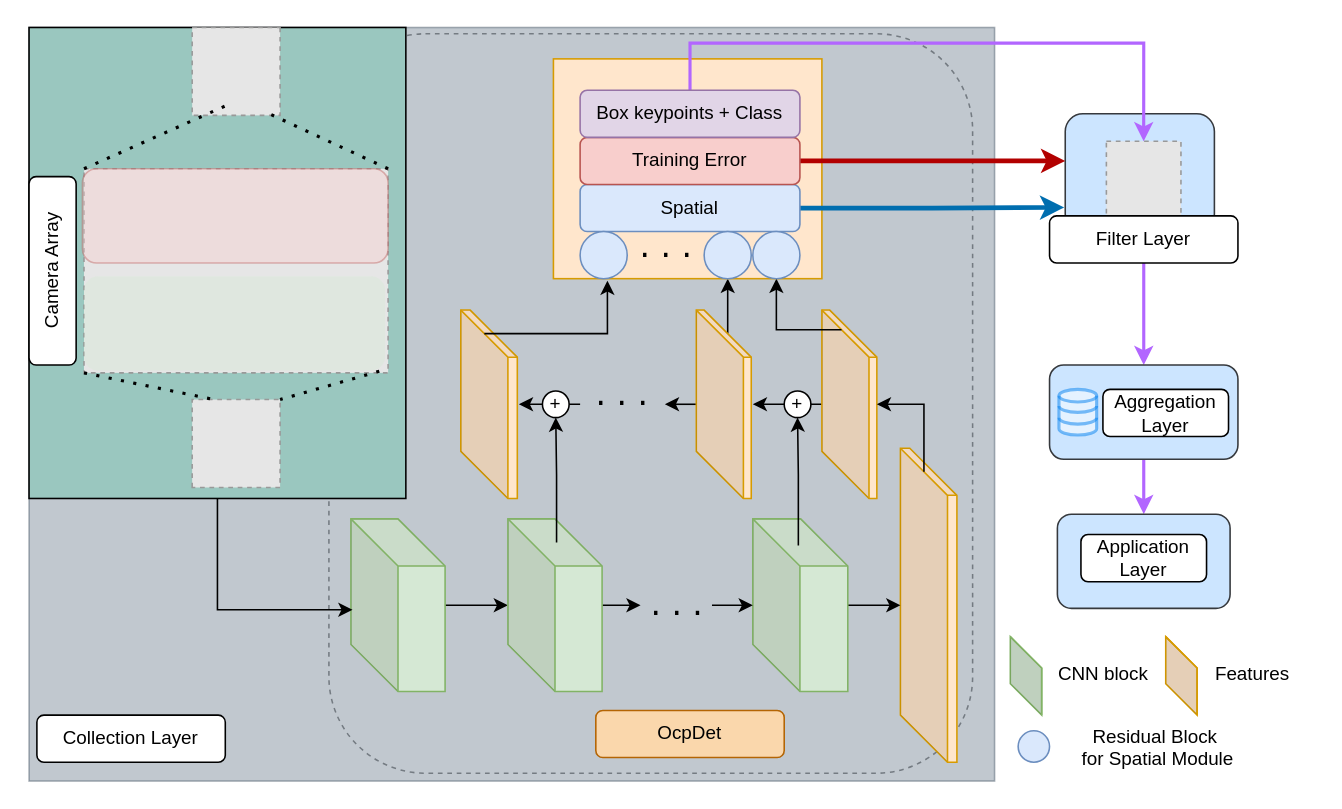
Above: Untitled Diagram.drawio in dtlam26/SNU-SPS (draw.io), before the change. Source tidied: cells renumbered, new cells numbered last; positions are measured from the earlier drawing's top-left corner, leaving out a move shared by most shapes. Both pictures are drawn from the tidied source at 157%, with x=0, y=0 at pixel (-42, 27). Pictures stored in the file or linked from it are replaced by grey dashed boxes.
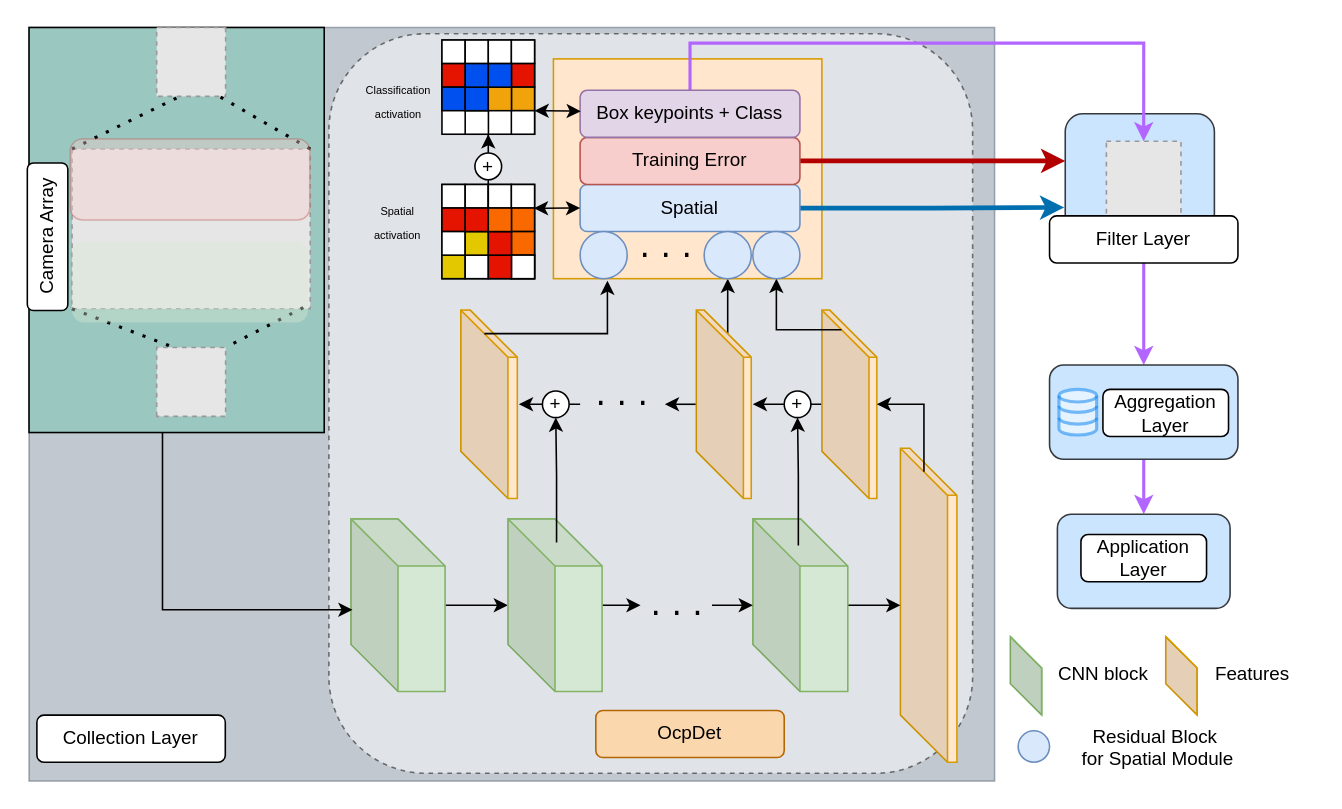
Above is the later version.

The change refers to these unchanged cells:
```xml
<mxCell id="6" style="group;labelBackgroundColor=none;" parent="1" vertex="1">
  <mxGeometry x="45" width="630" height="480" as="geometry" />
</mxCell>
<mxCell id="19" style="shape=cube;whiteSpace=wrap;html=1;boundedLbl=1;backgroundOutline=1;darkOpacity=0.05;darkOpacity2=0.1;rotation=0;size=30;fillColor=#d5e8d4;strokeColor=#82b366;fontFamily=Verdana;direction=east;" parent="1" vertex="1">
  <mxGeometry x="250" y="313" width="60" height="110" as="geometry" />
</mxCell>
<mxCell id="51" value="Box keypoints + Class" style="rounded=1;whiteSpace=wrap;html=1;direction=east;fillColor=#e1d5e7;strokeColor=#9673a6;" parent="1" vertex="1">
  <mxGeometry x="396" y="40" width="140" height="30" as="geometry" />
</mxCell>
```

What changed in the source:
```diff
@@
+    <mxCell id="3" style="rounded=0.5&#10;;whiteSpace=wrap;html=1;glass=0;labelBackgroundColor=none;fillColor=#647687;opacity=40;strokeColor=#314354;fontColor=#ffffff;" parent="1" vertex="1">
+      <mxGeometry x="45" width="615" height="480" as="geometry" />
+    </mxCell>
-    <mxCell id="2" style="rounded=1;whiteSpace=wrap;html=1;glass=0;labelBackgroundColor=none;fontColor=none;strokeColor=default;fillColor=none;gradientColor=none;opacity=50;dashed=1;strokeWidth=1;" parent="1" vertex="1">
+    <mxCell id="2" style="rounded=1;whiteSpace=wrap;html=1;glass=0;labelBackgroundColor=none;fontColor=none;strokeColor=default;fillColor=default;gradientColor=none;opacity=50;dashed=1;strokeWidth=1;" parent="1" vertex="1">
       <mxGeometry x="236" y="4" width="410" height="471" as="geometry" />
     </mxCell>
-    <mxCell id="3" style="rounded=0.5&#10;;whiteSpace=wrap;html=1;glass=0;labelBackgroundColor=none;fillColor=#647687;opacity=40;strokeColor=#314354;fontColor=#ffffff;" parent="1" vertex="1">
-      <mxGeometry x="45" width="615" height="480" as="geometry" />
-    </mxCell>
@@
+    <mxCell id="70" style="group;" parent="6" vertex="1">
+      <mxGeometry width="188" height="258" as="geometry" />
+    </mxCell>
-    <mxCell id="7" style="rounded=0;whiteSpace=wrap;html=1;glass=0;labelBackgroundColor=none;fontColor=#FF7221;fillColor=#9AC7BF;gradientColor=none;" parent="6" vertex="1">
-      <mxGeometry width="240" height="300" as="geometry" />
+    <mxCell id="7" style="rounded=0;whiteSpace=wrap;html=1;glass=0;labelBackgroundColor=none;fontColor=#FF7221;fillColor=#9AC7BF;gradientColor=none;" parent="70" vertex="1">
+      <mxGeometry width="188" height="258" as="geometry" />
     </mxCell>
-    <mxCell id="8" value="Camera Array" style="rounded=1;whiteSpace=wrap;html=1;rotation=-90;" parent="6" vertex="1">
-      <mxGeometry x="-45" y="140" width="120" height="30" as="geometry" />
+    <mxCell id="8" value="Camera Array" style="rounded=1;whiteSpace=wrap;html=1;rotation=-90;" parent="70" vertex="1">
+      <mxGeometry x="-35.2" y="120.4" width="94" height="25.8" as="geometry" />
     </mxCell>
-    <mxCell id="9" style="fillColor=#E6E6E6;strokeColor=#999999;dashed=1;verticalLabelPosition=bottom;verticalAlign=top;" parent="6" vertex="1">
-      <mxGeometry x="35" y="90" width="193.7" height="130" as="geometry" />
+    <mxCell id="9" style="fillColor=#E6E6E6;strokeColor=#999999;dashed=1;verticalLabelPosition=bottom;verticalAlign=top;" parent="70" vertex="1">
+      <mxGeometry x="27.4" y="77.4" width="151.7" height="101.8" as="geometry" />
     </mxCell>
-    <mxCell id="10" style="fillColor=#E6E6E6;strokeColor=#999999;dashed=1;html=1;verticalAlign=top;verticalLabelPosition=bottom;labelBackgroundColor=#ffffff;rotation=-90;" parent="6" vertex="1">
-      <mxGeometry x="103.9" y="237" width="56" height="56" as="geometry" />
+    <mxCell id="10" style="fillColor=#E6E6E6;strokeColor=#999999;dashed=1;html=1;verticalAlign=top;verticalLabelPosition=bottom;labelBackgroundColor=#ffffff;rotation=-90;" parent="70" vertex="1">
+      <mxGeometry x="81.3" y="203.8" width="43.9" height="43.9" as="geometry" />
     </mxCell>
-    <mxCell id="11" style="fillColor=#E6E6E6;strokeColor=#999999;dashed=1;html=1;verticalAlign=top;verticalLabelPosition=bottom;labelBackgroundColor=#ffffff;rotation=90;fontColor=#FF7221;" parent="6" vertex="1">
-      <mxGeometry x="103.9" width="56" height="56" as="geometry" />
+    <mxCell id="11" style="fillColor=#E6E6E6;strokeColor=#999999;dashed=1;html=1;verticalAlign=top;verticalLabelPosition=bottom;labelBackgroundColor=#ffffff;rotation=90;fontColor=#FF7221;" parent="70" vertex="1">
+      <mxGeometry x="81.3" width="43.9" height="43.9" as="geometry" />
     </mxCell>
-    <mxCell id="12" style="endArrow=none;dashed=1;html=1;dashPattern=1 3;strokeWidth=2;rounded=0;exitX=0;exitY=0;exitDx=0;exitDy=0;" parent="6" edge="1" source="9">
+    <mxCell id="12" style="endArrow=none;dashed=1;html=1;dashPattern=1 3;strokeWidth=2;rounded=0;exitX=0;exitY=0;exitDx=0;exitDy=0;" parent="70" edge="1" source="9">
       <mxGeometry relative="1" as="geometry">
-        <mxPoint x="125" y="50" as="targetPoint" />
+        <mxPoint x="97.9" y="43" as="targetPoint" />
       </mxGeometry>
     </mxCell>
-    <mxCell id="13" style="endArrow=none;dashed=1;html=1;dashPattern=1 3;strokeWidth=2;rounded=0;exitX=1;exitY=0;exitDx=0;exitDy=0;entryX=0.982;entryY=0.122;entryDx=0;entryDy=0;entryPerimeter=0;" parent="6" edge="1" source="9" target="11">
+    <mxCell id="13" style="endArrow=none;dashed=1;html=1;dashPattern=1 3;strokeWidth=2;rounded=0;exitX=1;exitY=0;exitDx=0;exitDy=0;entryX=0.982;entryY=0.122;entryDx=0;entryDy=0;entryPerimeter=0;" parent="70" edge="1" source="9" target="11">
       <mxGeometry relative="1" as="geometry" />
     </mxCell>
-    <mxCell id="14" style="endArrow=none;dashed=1;html=1;dashPattern=1 3;strokeWidth=2;rounded=0;exitX=0;exitY=1;exitDx=0;exitDy=0;entryX=1;entryY=0.25;entryDx=0;entryDy=0;" parent="6" edge="1" source="9" target="10">
+    <mxCell id="14" style="endArrow=none;dashed=1;html=1;dashPattern=1 3;strokeWidth=2;rounded=0;exitX=0;exitY=1;exitDx=0;exitDy=0;entryX=1;entryY=0.25;entryDx=0;entryDy=0;" parent="70" edge="1" source="9" target="10">
       <mxGeometry relative="1" as="geometry" />
     </mxCell>
-    <mxCell id="15" style="endArrow=none;dashed=1;html=1;dashPattern=1 3;strokeWidth=2;rounded=0;exitX=0.971;exitY=0.992;exitDx=0;exitDy=0;entryX=1;entryY=1;entryDx=0;entryDy=0;exitPerimeter=0;" parent="6" edge="1" source="9" target="10">
+    <mxCell id="15" style="endArrow=none;dashed=1;html=1;dashPattern=1 3;strokeWidth=2;rounded=0;exitX=0.971;exitY=0.992;exitDx=0;exitDy=0;entryX=1;entryY=1;entryDx=0;entryDy=0;exitPerimeter=0;" parent="70" edge="1" source="9" target="10">
       <mxGeometry relative="1" as="geometry" />
     </mxCell>
-    <mxCell id="16" style="rounded=1;whiteSpace=wrap;html=1;fillColor=#D5E8D4;strokeColor=none;gradientColor=none;glass=0;opacity=40;" parent="6" vertex="1">
-      <mxGeometry x="35" y="158.5" width="191.8" height="60" as="geometry" />
+    <mxCell id="16" style="rounded=1;whiteSpace=wrap;html=1;fillColor=#D5E8D4;strokeColor=none;gradientColor=none;glass=0;opacity=40;" parent="70" vertex="1">
+      <mxGeometry x="27.4" y="136.3" width="150.3" height="51.6" as="geometry" />
     </mxCell>
-    <mxCell id="17" style="rounded=1;whiteSpace=wrap;html=1;fillColor=#f8cecc;strokeColor=#b85450;glass=0;opacity=40;" parent="6" vertex="1">
-      <mxGeometry x="34" y="90" width="194.7" height="60" as="geometry" />
+    <mxCell id="17" style="rounded=1;whiteSpace=wrap;html=1;fillColor=#f8cecc;strokeColor=#b85450;glass=0;opacity=40;" parent="70" vertex="1">
+      <mxGeometry x="26.3" y="71" width="152.5" height="51.6" as="geometry" />
     </mxCell>
+    <mxCell id="71" style="rounded=0;whiteSpace=wrap;html=1;" parent="6" vertex="1">
+      <mxGeometry x="307.2" y="145" width="14.8" height="15" as="geometry" />
+    </mxCell>
@@
     <mxCell id="52" style="edgeStyle=orthogonalEdgeStyle;rounded=0;jettySize=auto;html=1;entryX=0.017;entryY=0.526;entryDx=0;entryDy=0;entryPerimeter=0;fontColor=#FF7221;" parent="1" edge="1" source="7" target="19">
-      <mxGeometry relative="1" as="geometry" />
+      <mxGeometry relative="1" as="geometry">
+        <Array as="points">
+          <mxPoint x="130" y="371" />
+        </Array>
+      </mxGeometry>
     </mxCell>
@@
+    <mxCell id="72" style="edgeStyle=orthogonalEdgeStyle;rounded=0;jettySize=auto;html=1;startArrow=none;" parent="1" edge="1" source="110" target="74">
+      <mxGeometry relative="1" as="geometry" />
+    </mxCell>
+    <mxCell id="73" style="rounded=0;whiteSpace=wrap;html=1;" parent="1" vertex="1">
+      <mxGeometry x="308" y="100" width="59" height="60" as="geometry" />
+    </mxCell>
+    <mxCell id="74" style="rounded=0;whiteSpace=wrap;html=1;" parent="1" vertex="1">
+      <mxGeometry x="308" y="8" width="59" height="60" as="geometry" />
+    </mxCell>
+    <mxCell id="75" style="rounded=0;whiteSpace=wrap;html=1;" parent="1" vertex="1">
+      <mxGeometry x="308" y="100" width="14.8" height="15" as="geometry" />
+    </mxCell>
+    <mxCell id="76" style="rounded=0;whiteSpace=wrap;html=1;" parent="1" vertex="1">
+      <mxGeometry x="322.8" y="100" width="14.8" height="15" as="geometry" />
+    </mxCell>
+    <mxCell id="77" style="rounded=0;whiteSpace=wrap;html=1;" parent="1" vertex="1">
+      <mxGeometry x="337.5" y="100" width="14.8" height="15" as="geometry" />
+    </mxCell>
+    <mxCell id="78" style="rounded=0;whiteSpace=wrap;html=1;" parent="1" vertex="1">
+      <mxGeometry x="352.2" y="100" width="14.8" height="15" as="geometry" />
+    </mxCell>
+    <mxCell id="79" style="rounded=0;whiteSpace=wrap;html=1;fillColor=#fa6800;fontColor=#000000;strokeColor=#000000;" parent="1" vertex="1">
+      <mxGeometry x="352.2" y="115" width="14.8" height="15" as="geometry" />
+    </mxCell>
+    <mxCell id="80" style="rounded=0;whiteSpace=wrap;html=1;fillColor=#fa6800;fontColor=#000000;strokeColor=#000000;" parent="1" vertex="1">
+      <mxGeometry x="352.2" y="130" width="14.8" height="15" as="geometry" />
+    </mxCell>
+    <mxCell id="81" style="rounded=0;whiteSpace=wrap;html=1;" parent="1" vertex="1">
+      <mxGeometry x="352.2" y="145" width="14.8" height="15" as="geometry" />
+    </mxCell>
+    <mxCell id="82" style="rounded=0;whiteSpace=wrap;html=1;fillColor=#e3c800;strokeColor=#000000;fontColor=#000000;" parent="1" vertex="1">
+      <mxGeometry x="308" y="145" width="14.8" height="15" as="geometry" />
+    </mxCell>
+    <mxCell id="83" style="rounded=0;whiteSpace=wrap;html=1;fillColor=#e51400;fontColor=#ffffff;strokeColor=#000000;" parent="1" vertex="1">
+      <mxGeometry x="308" y="115" width="14.8" height="15" as="geometry" />
+    </mxCell>
+    <mxCell id="84" style="rounded=0;whiteSpace=wrap;html=1;" parent="1" vertex="1">
+      <mxGeometry x="308" y="130" width="14.8" height="15" as="geometry" />
+    </mxCell>
+    <mxCell id="85" style="rounded=0;whiteSpace=wrap;html=1;" parent="1" vertex="1">
+      <mxGeometry x="322.8" y="145" width="14.8" height="15" as="geometry" />
+    </mxCell>
+    <mxCell id="86" style="rounded=0;whiteSpace=wrap;html=1;fillColor=#e51400;fontColor=#ffffff;strokeColor=#000000;" parent="1" vertex="1">
+      <mxGeometry x="337.5" y="145" width="14.8" height="15" as="geometry" />
+    </mxCell>
+    <mxCell id="87" style="rounded=0;whiteSpace=wrap;html=1;fillColor=#e3c800;strokeColor=#000000;fontColor=#000000;" parent="1" vertex="1">
+      <mxGeometry x="322.8" y="130" width="14.8" height="15" as="geometry" />
+    </mxCell>
+    <mxCell id="88" style="rounded=0;whiteSpace=wrap;html=1;fillColor=#e51400;fontColor=#ffffff;strokeColor=#000000;" parent="1" vertex="1">
+      <mxGeometry x="337.5" y="130" width="14.8" height="15" as="geometry" />
+    </mxCell>
+    <mxCell id="89" style="rounded=0;whiteSpace=wrap;html=1;fillColor=#e51400;fontColor=#ffffff;strokeColor=#000000;" parent="1" vertex="1">
+      <mxGeometry x="322.8" y="115" width="14.8" height="15" as="geometry" />
+    </mxCell>
+    <mxCell id="90" style="rounded=0;whiteSpace=wrap;html=1;fillColor=#fa6800;fontColor=#000000;strokeColor=#000000;" parent="1" vertex="1">
+      <mxGeometry x="337.5" y="115" width="14.8" height="15" as="geometry" />
+    </mxCell>
+    <mxCell id="91" style="rounded=0;whiteSpace=wrap;html=1;" parent="1" vertex="1">
+      <mxGeometry x="308" y="8" width="14.8" height="15" as="geometry" />
+    </mxCell>
+    <mxCell id="92" style="rounded=0;whiteSpace=wrap;html=1;" parent="1" vertex="1">
+      <mxGeometry x="322.8" y="8" width="14.8" height="15" as="geometry" />
+    </mxCell>
+    <mxCell id="93" style="rounded=0;whiteSpace=wrap;html=1;" parent="1" vertex="1">
+      <mxGeometry x="337.5" y="8" width="14.8" height="15" as="geometry" />
+    </mxCell>
+    <mxCell id="94" style="rounded=0;whiteSpace=wrap;html=1;" parent="1" vertex="1">
+      <mxGeometry x="352.2" y="8" width="14.8" height="15" as="geometry" />
+    </mxCell>
+    <mxCell id="95" style="rounded=0;whiteSpace=wrap;html=1;fillColor=#e51400;fontColor=#ffffff;strokeColor=#000000;" parent="1" vertex="1">
+      <mxGeometry x="352.2" y="23" width="14.8" height="15" as="geometry" />
+    </mxCell>
+    <mxCell id="96" style="rounded=0;whiteSpace=wrap;html=1;fillColor=#f0a30a;fontColor=#000000;strokeColor=#000000;" parent="1" vertex="1">
+      <mxGeometry x="352.2" y="38" width="14.8" height="15" as="geometry" />
+    </mxCell>
+    <mxCell id="97" style="rounded=0;whiteSpace=wrap;html=1;" parent="1" vertex="1">
+      <mxGeometry x="352.2" y="53" width="14.8" height="15" as="geometry" />
+    </mxCell>
+    <mxCell id="98" style="rounded=0;whiteSpace=wrap;html=1;fillColor=#e51400;fontColor=#ffffff;strokeColor=#000000;" parent="1" vertex="1">
+      <mxGeometry x="308" y="23" width="14.8" height="15" as="geometry" />
+    </mxCell>
+    <mxCell id="99" style="rounded=0;whiteSpace=wrap;html=1;fillColor=#0050ef;fontColor=#ffffff;strokeColor=#000000;" parent="1" vertex="1">
+      <mxGeometry x="308" y="38" width="14.8" height="15" as="geometry" />
+    </mxCell>
+    <mxCell id="100" style="rounded=0;whiteSpace=wrap;html=1;" parent="1" vertex="1">
+      <mxGeometry x="322.8" y="53" width="14.8" height="15" as="geometry" />
+    </mxCell>
+    <mxCell id="101" style="rounded=0;whiteSpace=wrap;html=1;fillColor=#0050ef;strokeColor=#000000;fontColor=#ffffff;" parent="1" vertex="1">
+      <mxGeometry x="322.8" y="38" width="14.8" height="15" as="geometry" />
+    </mxCell>
+    <mxCell id="102" style="rounded=0;whiteSpace=wrap;html=1;fillColor=#f0a30a;fontColor=#000000;strokeColor=#000000;" parent="1" vertex="1">
+      <mxGeometry x="337.5" y="38" width="14.8" height="15" as="geometry" />
+    </mxCell>
+    <mxCell id="103" style="rounded=0;whiteSpace=wrap;html=1;fillColor=#0050ef;fontColor=#ffffff;strokeColor=#000000;" parent="1" vertex="1">
+      <mxGeometry x="322.8" y="23" width="14.8" height="15" as="geometry" />
+    </mxCell>
+    <mxCell id="104" style="rounded=0;whiteSpace=wrap;html=1;fillColor=#0050ef;fontColor=#ffffff;strokeColor=#000000;" parent="1" vertex="1">
+      <mxGeometry x="337.5" y="23" width="14.8" height="15" as="geometry" />
+    </mxCell>
+    <mxCell id="105" style="endArrow=classic;startArrow=classic;html=1;rounded=0;exitX=1;exitY=1;exitDx=0;exitDy=0;entryX=0.003;entryY=0.444;entryDx=0;entryDy=0;entryPerimeter=0;" parent="1" edge="1" source="96" target="51">
+      <mxGeometry relative="1" as="geometry" />
+    </mxCell>
+    <mxCell id="106" style="endArrow=classic;startArrow=classic;html=1;rounded=0;exitX=1;exitY=0.5;exitDx=0;exitDy=0;entryX=0.003;entryY=0.444;entryDx=0;entryDy=0;entryPerimeter=0;" parent="1" edge="1">
+      <mxGeometry relative="1" as="geometry">
+        <mxPoint x="366.6" y="115.2" as="sourcePoint" />
+        <mxPoint x="396" y="115" as="targetPoint" />
+      </mxGeometry>
+    </mxCell>
+    <mxCell id="107" value="&lt;div&gt;&lt;font style=&quot;font-size: 7px;&quot;&gt;Classification&lt;/font&gt;&lt;/div&gt;&lt;div&gt;&lt;font style=&quot;font-size: 7px;&quot;&gt;activation&lt;/font&gt;&lt;/div&gt;" style="text;html=1;strokeColor=none;fillColor=none;align=center;verticalAlign=middle;whiteSpace=wrap;rounded=0;" parent="1" vertex="1">
+      <mxGeometry x="268.5" y="36" width="23" height="20" as="geometry" />
+    </mxCell>
+    <mxCell id="108" value="&lt;font style=&quot;font-size: 7px;&quot;&gt;Spatial activation&lt;br&gt;&lt;/font&gt;" style="text;html=1;strokeColor=none;fillColor=none;align=center;verticalAlign=middle;whiteSpace=wrap;rounded=0;" parent="1" vertex="1">
+      <mxGeometry x="256.2" y="112.5" width="47.5" height="20" as="geometry" />
+    </mxCell>
+    <mxCell id="109" style="edgeStyle=orthogonalEdgeStyle;rounded=0;jettySize=auto;html=1;endArrow=none;" parent="1" edge="1" source="73" target="110">
+      <mxGeometry relative="1" as="geometry" />
+    </mxCell>
+    <mxCell id="110" value="+" style="ellipse;whiteSpace=wrap;html=1;direction=east;" parent="1" vertex="1">
+      <mxGeometry x="329" y="80" width="17" height="17" as="geometry" />
+    </mxCell>
```
